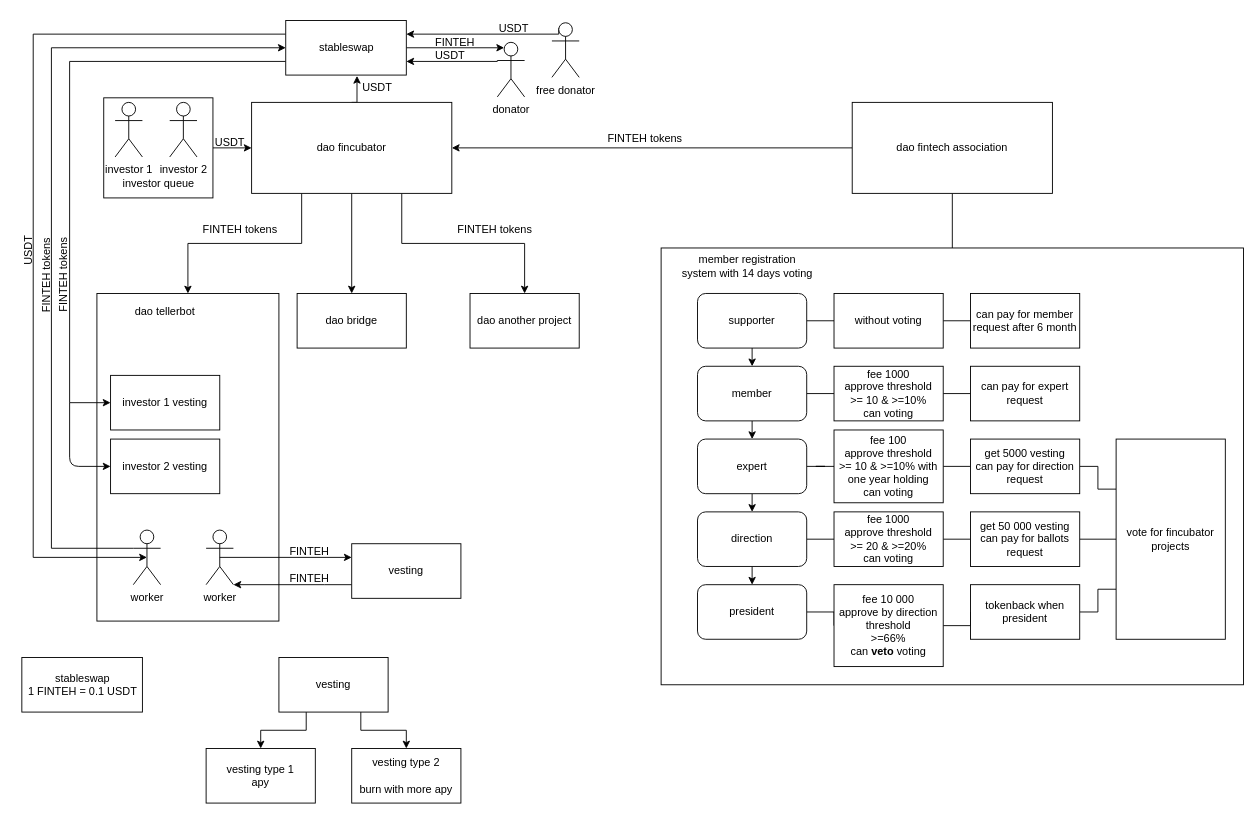
Above: tokenomics.drawio in fincubator/fincubator (draw.io), before the change. Source tidied: cells renumbered, new cells numbered last; positions are measured from the earlier drawing's top-left corner, leaving out a move shared by most shapes. Both pictures are drawn from the tidied source at 91%, with x=0, y=0 at pixel (2, 15).
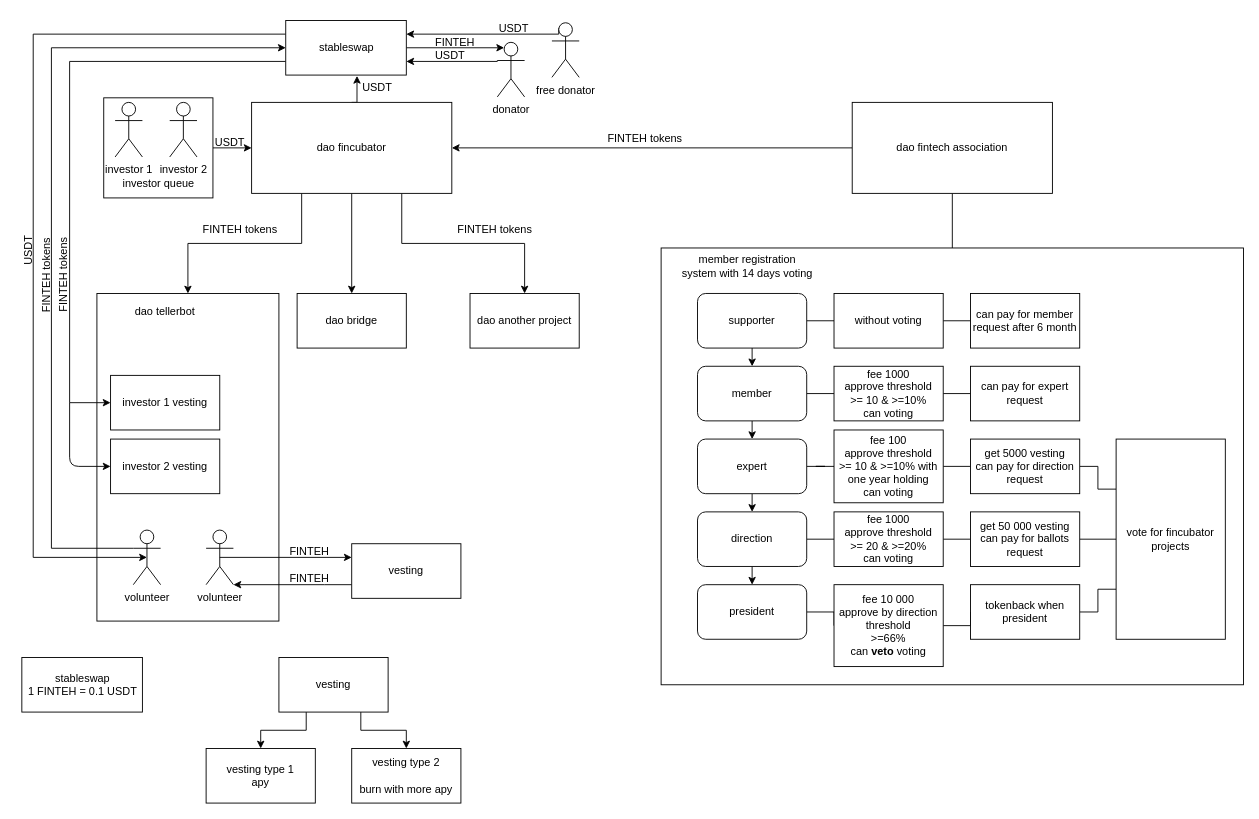
The same page after the edit.

Commit message:
worker to volunteer

Diff of the diagram source:
```diff
@@
-    <mxCell id="56" value="worker" style="shape=umlActor;verticalLabelPosition=bottom;verticalAlign=top;html=1;outlineConnect=0;" parent="1" vertex="1">
+    <mxCell id="56" value="volunteer" style="shape=umlActor;verticalLabelPosition=bottom;verticalAlign=top;html=1;outlineConnect=0;" parent="1" vertex="1">
       <mxGeometry x="144" y="565" width="30" height="60" as="geometry" />
     </mxCell>
@@
-    <mxCell id="80" value="worker" style="shape=umlActor;verticalLabelPosition=bottom;verticalAlign=top;html=1;outlineConnect=0;" parent="1" vertex="1">
+    <mxCell id="80" value="volunteer" style="shape=umlActor;verticalLabelPosition=bottom;verticalAlign=top;html=1;outlineConnect=0;" parent="1" vertex="1">
       <mxGeometry x="224" y="565" width="30" height="60" as="geometry" />
     </mxCell>
```
